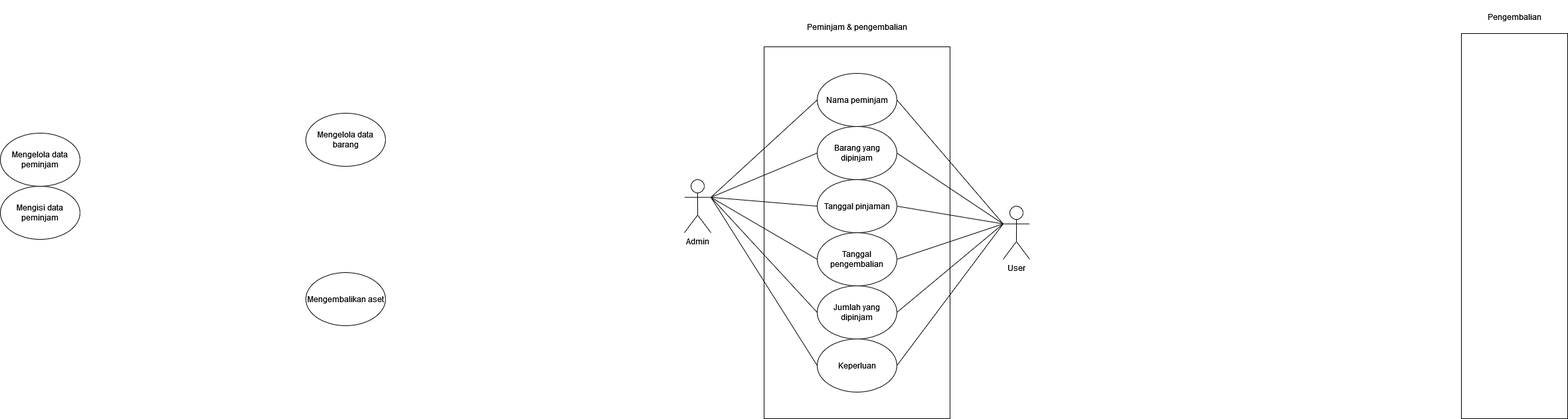
This is diagrams/Use Case Diagram.drawio.png from johannfac/aplikasipeminjamanaset, a draw.io export, as it was before one commit. Source tidied: cells renumbered, new cells last; positions are measured from the earlier drawing's top-left corner, leaving out a move shared by most shapes.
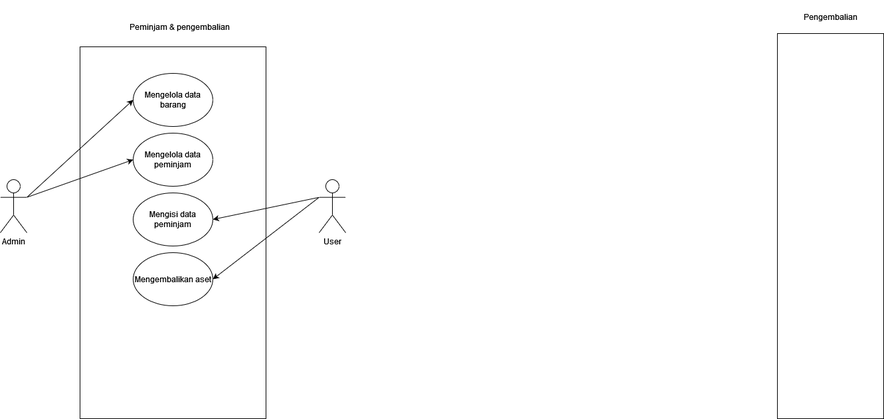
The same file after the commit.

The edit, as a diff of the source:
```diff
@@ -6,7 +6,7 @@
       <mxGeometry x="1150" y="70" width="280" height="560" as="geometry" />
     </mxCell>
     <mxCell id="3" value="Mengelola data barang" style="ellipse;whiteSpace=wrap;html=1;" parent="1" vertex="1">
-      <mxGeometry x="460" y="170" width="120" height="80" as="geometry" />
+      <mxGeometry x="1230" y="110" width="120" height="80" as="geometry" />
     </mxCell>
     <mxCell id="4" value="Kode barang" style="ellipse;whiteSpace=wrap;html=1;" parent="1" vertex="1">
       <mxGeometry x="2220" y="70" width="120" height="80" as="geometry" />
@@ -24,82 +24,40 @@
       <mxGeometry x="2220" y="400" width="120" height="80" as="geometry" />
     </mxCell>
     <mxCell id="9" value="Mengelola data peminjam" style="ellipse;whiteSpace=wrap;html=1;" parent="1" vertex="1">
-      <mxGeometry y="200" width="120" height="80" as="geometry" />
+      <mxGeometry x="1230" y="200" width="120" height="80" as="geometry" />
     </mxCell>
     <mxCell id="10" value="Nama peminjam" style="ellipse;whiteSpace=wrap;html=1;" parent="1" vertex="1">
       <mxGeometry x="2220" y="510" width="120" height="80" as="geometry" />
     </mxCell>
-    <mxCell id="11" style="edgeStyle=none;rounded=0;jettySize=auto;html=1;exitX=1;exitY=0.3333333333333333;exitDx=0;exitDy=0;exitPerimeter=0;entryX=0;entryY=0.5;entryDx=0;entryDy=0;endArrow=none;endFill=0;" parent="1" edge="1" source="7" target="16">
-      <mxGeometry relative="1" as="geometry" />
-    </mxCell>
     <mxCell id="12" value="Mengisi data peminjam" style="ellipse;whiteSpace=wrap;html=1;" parent="1" vertex="1">
-      <mxGeometry y="280" width="120" height="80" as="geometry" />
+      <mxGeometry x="1230" y="290" width="120" height="80" as="geometry" />
     </mxCell>
-    <mxCell id="13" style="edgeStyle=none;rounded=0;jettySize=auto;html=1;exitX=1;exitY=0.3333333333333333;exitDx=0;exitDy=0;exitPerimeter=0;entryX=0;entryY=0.5;entryDx=0;entryDy=0;endArrow=none;endFill=0;" parent="1" edge="1" source="7" target="18">
-      <mxGeometry relative="1" as="geometry" />
-    </mxCell>
     <mxCell id="14" value="Pengembalian" style="text;html=1;strokeColor=none;fillColor=none;align=center;verticalAlign=middle;whiteSpace=wrap;rounded=0;" parent="1" vertex="1">
       <mxGeometry x="2230" width="100" height="50" as="geometry" />
     </mxCell>
-    <mxCell id="15" style="edgeStyle=none;rounded=0;jettySize=auto;html=1;exitX=1;exitY=0.3333333333333333;exitDx=0;exitDy=0;exitPerimeter=0;entryX=0;entryY=0.5;entryDx=0;entryDy=0;endArrow=none;endFill=0;" parent="1" edge="1" source="7" target="20">
-      <mxGeometry relative="1" as="geometry" />
-    </mxCell>
-    <mxCell id="16" value="Nama peminjam" style="ellipse;whiteSpace=wrap;html=1;" parent="1" vertex="1">
-      <mxGeometry x="1230" y="110" width="120" height="80" as="geometry" />
-    </mxCell>
-    <mxCell id="17" style="edgeStyle=none;rounded=0;jettySize=auto;html=1;exitX=1;exitY=0.3333333333333333;exitDx=0;exitDy=0;exitPerimeter=0;entryX=0;entryY=0.5;entryDx=0;entryDy=0;endArrow=none;endFill=0;" parent="1" edge="1" source="7" target="22">
-      <mxGeometry relative="1" as="geometry" />
-    </mxCell>
-    <mxCell id="18" value="Barang yang dipinjam" style="ellipse;whiteSpace=wrap;html=1;" parent="1" vertex="1">
-      <mxGeometry x="1230" y="190" width="120" height="80" as="geometry" />
-    </mxCell>
-    <mxCell id="19" style="edgeStyle=none;rounded=0;jettySize=auto;html=1;exitX=1;exitY=0.3333333333333333;exitDx=0;exitDy=0;exitPerimeter=0;entryX=0;entryY=0.5;entryDx=0;entryDy=0;endArrow=none;endFill=0;" parent="1" edge="1" source="7" target="23">
-      <mxGeometry relative="1" as="geometry" />
-    </mxCell>
-    <mxCell id="20" value="Tanggal pinjaman" style="ellipse;whiteSpace=wrap;html=1;" parent="1" vertex="1">
-      <mxGeometry x="1230" y="270" width="120" height="80" as="geometry" />
-    </mxCell>
-    <mxCell id="21" style="edgeStyle=none;rounded=0;jettySize=auto;html=1;exitX=1;exitY=0.3333333333333333;exitDx=0;exitDy=0;exitPerimeter=0;entryX=0;entryY=0.5;entryDx=0;entryDy=0;endArrow=none;endFill=0;" parent="1" edge="1" source="7" target="24">
-      <mxGeometry relative="1" as="geometry" />
-    </mxCell>
-    <mxCell id="22" value="Tanggal pengembalian" style="ellipse;whiteSpace=wrap;html=1;" parent="1" vertex="1">
-      <mxGeometry x="1230" y="350" width="120" height="80" as="geometry" />
-    </mxCell>
-    <mxCell id="23" value="Jumlah yang dipinjam" style="ellipse;whiteSpace=wrap;html=1;" parent="1" vertex="1">
-      <mxGeometry x="1230" y="430" width="120" height="80" as="geometry" />
-    </mxCell>
-    <mxCell id="24" value="Keperluan" style="ellipse;whiteSpace=wrap;html=1;" parent="1" vertex="1">
-      <mxGeometry x="1230" y="510" width="120" height="80" as="geometry" />
-    </mxCell>
-    <mxCell id="25" style="edgeStyle=none;rounded=0;jettySize=auto;html=1;exitX=0;exitY=0.3333333333333333;exitDx=0;exitDy=0;exitPerimeter=0;entryX=1;entryY=0.5;entryDx=0;entryDy=0;endArrow=none;endFill=0;" parent="1" edge="1" source="31" target="16">
-      <mxGeometry relative="1" as="geometry" />
-    </mxCell>
-    <mxCell id="26" style="edgeStyle=none;rounded=0;jettySize=auto;html=1;exitX=0;exitY=0.3333333333333333;exitDx=0;exitDy=0;exitPerimeter=0;entryX=1;entryY=0.5;entryDx=0;entryDy=0;endArrow=none;endFill=0;" parent="1" edge="1" source="31" target="18">
-      <mxGeometry relative="1" as="geometry" />
-    </mxCell>
-    <mxCell id="27" style="edgeStyle=none;rounded=0;jettySize=auto;html=1;exitX=0;exitY=0.3333333333333333;exitDx=0;exitDy=0;exitPerimeter=0;entryX=1;entryY=0.5;entryDx=0;entryDy=0;endArrow=none;endFill=0;" parent="1" edge="1" source="31" target="20">
-      <mxGeometry relative="1" as="geometry" />
-    </mxCell>
-    <mxCell id="28" style="edgeStyle=none;rounded=0;jettySize=auto;html=1;exitX=0;exitY=0.3333333333333333;exitDx=0;exitDy=0;exitPerimeter=0;entryX=1;entryY=0.5;entryDx=0;entryDy=0;endArrow=none;endFill=0;" parent="1" edge="1" source="31" target="22">
-      <mxGeometry relative="1" as="geometry" />
-    </mxCell>
-    <mxCell id="29" style="edgeStyle=none;rounded=0;jettySize=auto;html=1;exitX=0;exitY=0.3333333333333333;exitDx=0;exitDy=0;exitPerimeter=0;entryX=1;entryY=0.5;entryDx=0;entryDy=0;endArrow=none;endFill=0;" parent="1" edge="1" source="31" target="23">
-      <mxGeometry relative="1" as="geometry" />
-    </mxCell>
-    <mxCell id="30" style="edgeStyle=none;rounded=0;jettySize=auto;html=1;exitX=0;exitY=0.3333333333333333;exitDx=0;exitDy=0;exitPerimeter=0;entryX=1;entryY=0.5;entryDx=0;entryDy=0;endArrow=none;endFill=0;" parent="1" edge="1" source="31" target="24">
-      <mxGeometry relative="1" as="geometry" />
-    </mxCell>
     <mxCell id="31" value="User" style="shape=umlActor;verticalLabelPosition=bottom;verticalAlign=top;html=1;outlineConnect=0;" parent="1" vertex="1">
-      <mxGeometry x="1510" y="310" width="40" height="80" as="geometry" />
+      <mxGeometry x="1510" y="270" width="40" height="80" as="geometry" />
     </mxCell>
     <mxCell id="32" value="Peminjam &amp;amp; pengembalian" style="text;html=1;strokeColor=none;fillColor=none;align=center;verticalAlign=middle;whiteSpace=wrap;rounded=0;" parent="1" vertex="1">
-      <mxGeometry x="1210" y="30" width="160" height="20" as="geometry" />
+      <mxGeometry x="1220" y="30" width="160" height="20" as="geometry" />
     </mxCell>
     <mxCell id="33" style="rounded=0;whiteSpace=wrap;html=1;" parent="1" vertex="1">
       <mxGeometry x="2200" y="50" width="160" height="580" as="geometry" />
     </mxCell>
     <mxCell id="34" value="Mengembalikan aset" style="ellipse;whiteSpace=wrap;html=1;" parent="1" vertex="1">
-      <mxGeometry x="460" y="410" width="120" height="80" as="geometry" />
+      <mxGeometry x="1230" y="380" width="120" height="80" as="geometry" />
     </mxCell>
+    <mxCell id="35" style="endArrow=classic;html=1;rounded=0;exitX=1;exitY=0.3333333333333333;exitDx=0;exitDy=0;exitPerimeter=0;entryX=0;entryY=0.5;entryDx=0;entryDy=0;" parent="1" edge="1" source="7" target="3">
+      <mxGeometry relative="1" as="geometry" />
+    </mxCell>
+    <mxCell id="36" style="endArrow=classic;html=1;rounded=0;exitX=1;exitY=0.3333333333333333;exitDx=0;exitDy=0;exitPerimeter=0;entryX=0;entryY=0.5;entryDx=0;entryDy=0;" parent="1" edge="1" source="7" target="9">
+      <mxGeometry relative="1" as="geometry" />
+    </mxCell>
+    <mxCell id="37" style="endArrow=classic;html=1;rounded=0;exitX=0;exitY=0.3333333333333333;exitDx=0;exitDy=0;exitPerimeter=0;entryX=1;entryY=0.5;entryDx=0;entryDy=0;" parent="1" edge="1" source="31" target="12">
+      <mxGeometry relative="1" as="geometry" />
+    </mxCell>
+    <mxCell id="38" style="endArrow=classic;html=1;rounded=0;exitX=0;exitY=0.3333333333333333;exitDx=0;exitDy=0;exitPerimeter=0;entryX=1;entryY=0.5;entryDx=0;entryDy=0;" parent="1" edge="1" source="31" target="34">
+      <mxGeometry relative="1" as="geometry" />
+    </mxCell>
   </root>
 </mxGraphModel>
```
